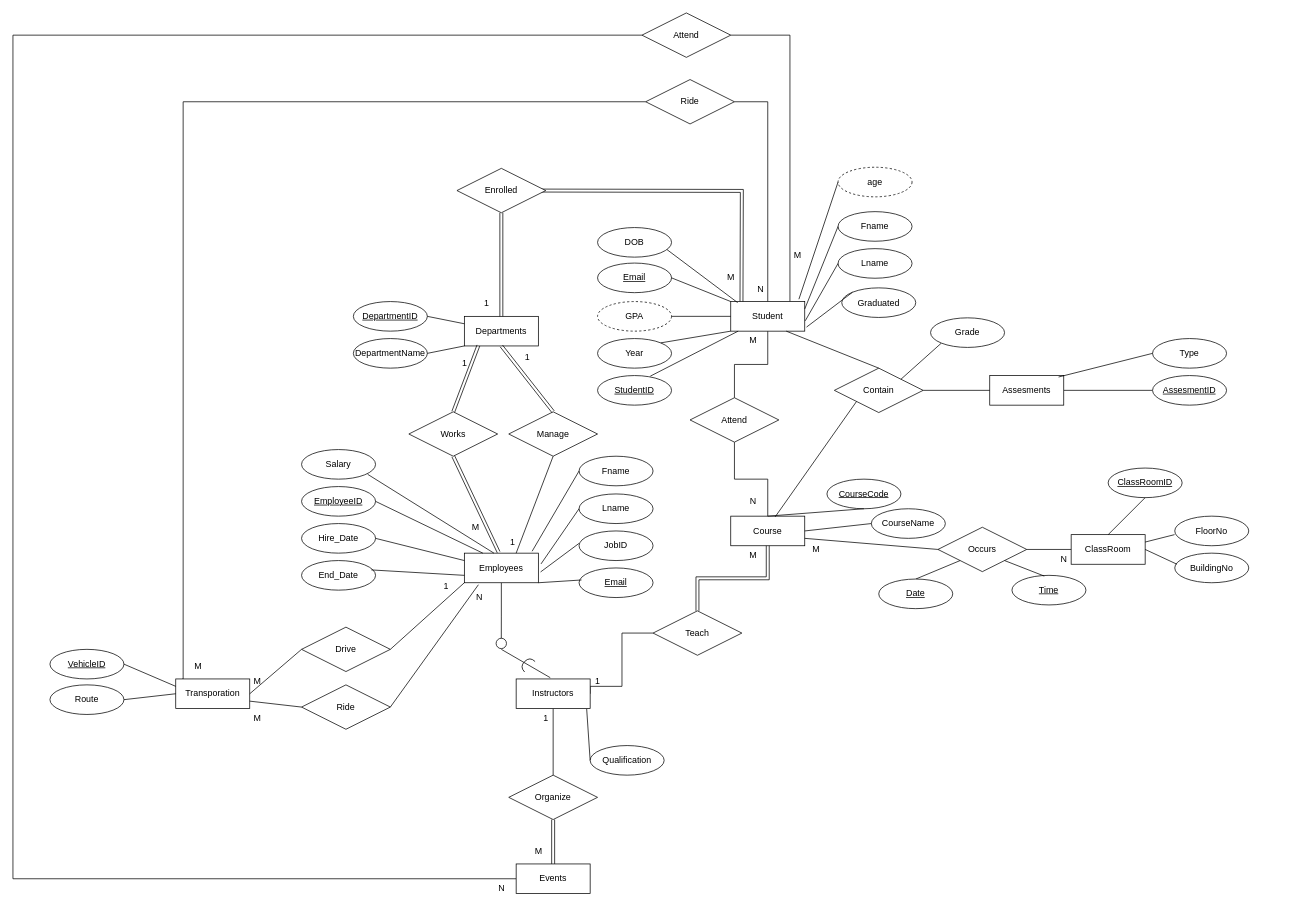
Above: FacultyERD.drawio in seiffmohamedd/University_DBMS (draw.io), before the change. Source tidied: cells renumbered, new cells numbered last; positions are measured from the earlier drawing's top-left corner, leaving out a move shared by most shapes. Both pictures are drawn from the tidied source at 74%, with x=0, y=0 at pixel (13, 13).
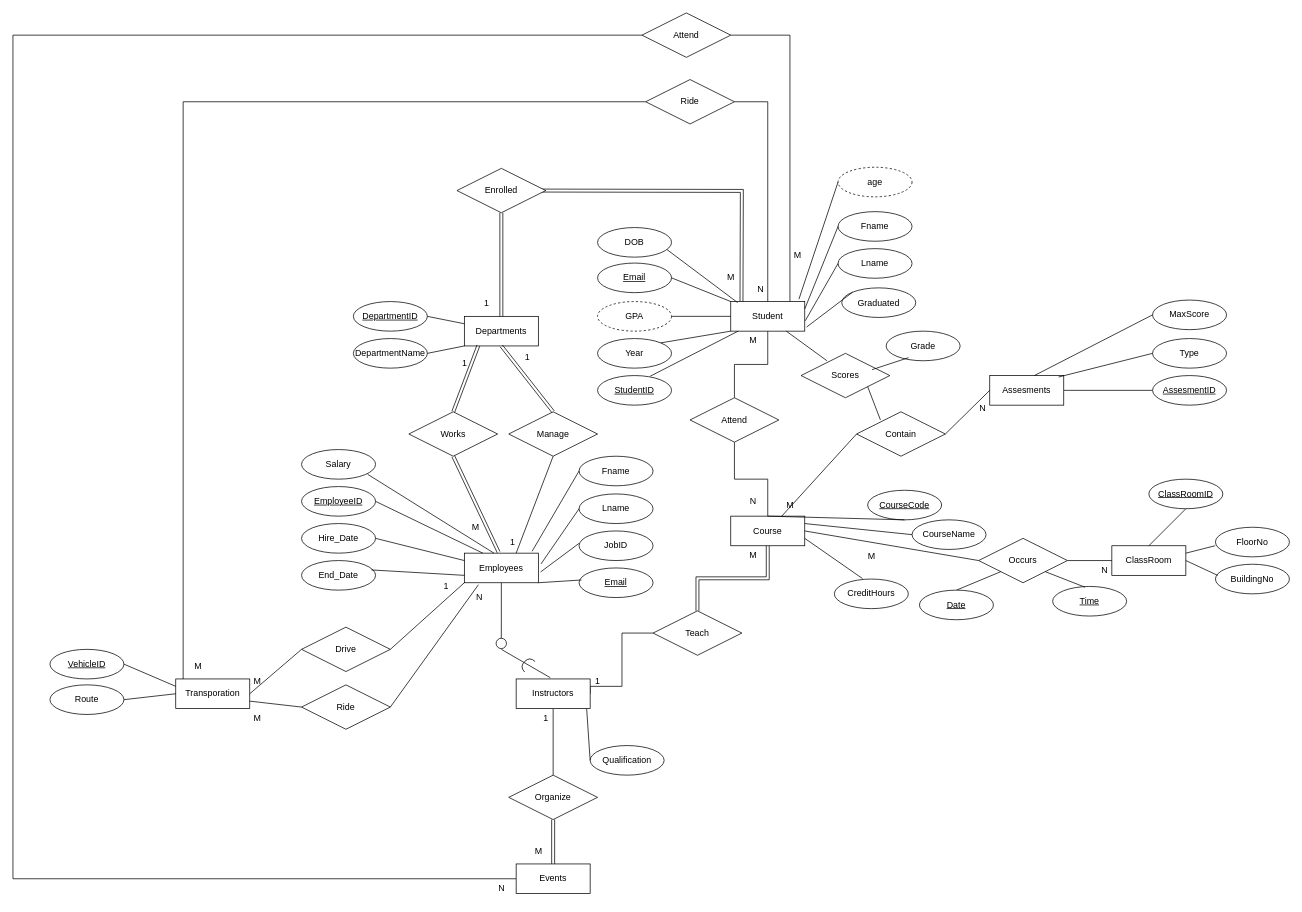
After the change.

Commit message (it also covers changes not shown here):
ERD more Enhancement

The change refers to these unchanged cells:
```xml
<mxCell id="3" value="Assesments" style="whiteSpace=wrap;html=1;align=center;" parent="1" vertex="1">
  <mxGeometry x="1320" y="490" width="100" height="40" as="geometry" />
</mxCell>
<mxCell id="7" value="Student" style="whiteSpace=wrap;html=1;align=center;" parent="1" vertex="1">
  <mxGeometry x="970" y="390" width="100" height="40" as="geometry" />
</mxCell>
<mxCell id="16" value="Course" style="whiteSpace=wrap;html=1;align=center;" parent="1" vertex="1">
  <mxGeometry x="970" y="680" width="100" height="40" as="geometry" />
</mxCell>
```

Change to the diagram source:
```diff
@@
     <mxCell id="10" value="ClassRoom" style="whiteSpace=wrap;html=1;align=center;" parent="1" vertex="1">
-      <mxGeometry x="1430" y="705" width="100" height="40" as="geometry" />
+      <mxGeometry x="1485" y="720" width="100" height="40" as="geometry" />
     </mxCell>
@@
     <mxCell id="63" value="CourseCode" style="ellipse;whiteSpace=wrap;html=1;align=center;fontStyle=4;" parent="1" vertex="1">
-      <mxGeometry x="1100" y="630" width="100" height="40" as="geometry" />
+      <mxGeometry x="1155" y="645" width="100" height="40" as="geometry" />
     </mxCell>
@@
     <mxCell id="65" value="CourseName" style="ellipse;whiteSpace=wrap;html=1;align=center;" parent="1" vertex="1">
-      <mxGeometry x="1160" y="670" width="100" height="40" as="geometry" />
+      <mxGeometry x="1215" y="685" width="100" height="40" as="geometry" />
     </mxCell>
@@
-    <mxCell id="79" style="endArrow=none;html=1;rounded=0;exitX=1;exitY=0.5;exitDx=0;exitDy=0;entryX=0;entryY=0.5;entryDx=0;entryDy=0;" parent="1" edge="1" source="16" target="65">
+    <mxCell id="79" style="endArrow=none;html=1;rounded=0;exitX=1;exitY=0.25;exitDx=0;exitDy=0;entryX=0;entryY=0.5;entryDx=0;entryDy=0;" parent="1" edge="1" source="16" target="65">
       <mxGeometry relative="1" as="geometry" />
     </mxCell>
-    <mxCell id="80" style="endArrow=none;html=1;rounded=0;exitX=1;exitY=0.75;exitDx=0;exitDy=0;entryX=0;entryY=0.5;entryDx=0;entryDy=0;" parent="1" edge="1" source="16" target="82">
+    <mxCell id="80" style="endArrow=none;html=1;rounded=0;exitX=1;exitY=0.5;exitDx=0;exitDy=0;entryX=0;entryY=0.5;entryDx=0;entryDy=0;" parent="1" edge="1" source="16" target="82">
       <mxGeometry relative="1" as="geometry" />
     </mxCell>
@@
     <mxCell id="82" value="Occurs" style="shape=rhombus;perimeter=rhombusPerimeter;whiteSpace=wrap;html=1;align=center;" parent="1" vertex="1">
-      <mxGeometry x="1250" y="695" width="120" height="60" as="geometry" />
+      <mxGeometry x="1305" y="710" width="120" height="60" as="geometry" />
     </mxCell>
     <mxCell id="83" value="M" style="text;html=1;align=center;verticalAlign=middle;strokeColor=none;fillColor=none;" parent="1" vertex="1">
-      <mxGeometry x="1070" y="710" width="30" height="30" as="geometry" />
+      <mxGeometry x="1145" y="720" width="30" height="30" as="geometry" />
     </mxCell>
     <mxCell id="84" value="N" style="text;html=1;align=center;verticalAlign=middle;strokeColor=none;fillColor=none;" parent="1" vertex="1">
-      <mxGeometry x="1405" y="723" width="30" height="30" as="geometry" />
+      <mxGeometry x="1460" y="738" width="30" height="30" as="geometry" />
     </mxCell>
@@
     <mxCell id="86" value="Date" style="ellipse;whiteSpace=wrap;html=1;align=center;fontStyle=4;" parent="1" vertex="1">
-      <mxGeometry x="1170" y="765" width="100" height="40" as="geometry" />
+      <mxGeometry x="1225" y="780" width="100" height="40" as="geometry" />
     </mxCell>
     <mxCell id="87" value="Time" style="ellipse;whiteSpace=wrap;html=1;align=center;fontStyle=4;" parent="1" vertex="1">
-      <mxGeometry x="1350" y="760" width="100" height="40" as="geometry" />
+      <mxGeometry x="1405" y="775" width="100" height="40" as="geometry" />
     </mxCell>
@@
     <mxCell id="96" value="ClassRoomID" style="ellipse;whiteSpace=wrap;html=1;align=center;fontStyle=4;" parent="1" vertex="1">
-      <mxGeometry x="1480" y="615" width="100" height="40" as="geometry" />
+      <mxGeometry x="1535" y="630" width="100" height="40" as="geometry" />
     </mxCell>
@@
     <mxCell id="98" value="FloorNo" style="ellipse;whiteSpace=wrap;html=1;align=center;" parent="1" vertex="1">
-      <mxGeometry x="1570" y="680" width="100" height="40" as="geometry" />
+      <mxGeometry x="1625" y="695" width="100" height="40" as="geometry" />
     </mxCell>
     <mxCell id="99" value="BuildingNo" style="ellipse;whiteSpace=wrap;html=1;align=center;" parent="1" vertex="1">
-      <mxGeometry x="1570" y="730" width="100" height="40" as="geometry" />
+      <mxGeometry x="1625" y="745" width="100" height="40" as="geometry" />
     </mxCell>
@@
     <mxCell id="131" value="Contain" style="shape=rhombus;perimeter=rhombusPerimeter;whiteSpace=wrap;html=1;align=center;" parent="1" vertex="1">
-      <mxGeometry x="1110" y="480" width="120" height="60" as="geometry" />
+      <mxGeometry x="1140" y="539" width="120" height="60" as="geometry" />
     </mxCell>
-    <mxCell id="132" style="endArrow=none;html=1;rounded=0;exitX=0.75;exitY=1;exitDx=0;exitDy=0;entryX=0.5;entryY=0;entryDx=0;entryDy=0;" parent="1" edge="1" source="7" target="131">
-      <mxGeometry relative="1" as="geometry" />
-    </mxCell>
+    <mxCell id="136" value="Grade" style="ellipse;whiteSpace=wrap;html=1;align=center;" parent="1" vertex="1">
+      <mxGeometry x="1180" y="430" width="100" height="40" as="geometry" />
+    </mxCell>
+    <mxCell id="137" value="CreditHours" style="ellipse;whiteSpace=wrap;html=1;align=center;" parent="1" vertex="1">
+      <mxGeometry x="1110" y="765" width="100" height="40" as="geometry" />
+    </mxCell>
+    <mxCell id="138" style="endArrow=none;html=1;rounded=0;exitX=1;exitY=0.75;exitDx=0;exitDy=0;entryX=0.38;entryY=-0.017;entryDx=0;entryDy=0;entryPerimeter=0;" parent="1" edge="1" source="16" target="137">
+      <mxGeometry relative="1" as="geometry" />
+    </mxCell>
+    <mxCell id="139" value="MaxScore" style="ellipse;whiteSpace=wrap;html=1;align=center;" parent="1" vertex="1">
+      <mxGeometry x="1540" y="388" width="100" height="40" as="geometry" />
+    </mxCell>
+    <mxCell id="140" style="endArrow=none;html=1;rounded=0;exitX=0.603;exitY=0;exitDx=0;exitDy=0;exitPerimeter=0;entryX=0;entryY=0.5;entryDx=0;entryDy=0;endFill=0;" parent="1" edge="1" source="3" target="139">
+      <mxGeometry relative="1" as="geometry" />
+    </mxCell>
-    <mxCell id="133" style="endArrow=none;html=1;rounded=0;exitX=0.6;exitY=0.025;exitDx=0;exitDy=0;exitPerimeter=0;entryX=0;entryY=1;entryDx=0;entryDy=0;" parent="1" edge="1" source="16" target="131">
+    <mxCell id="133" style="endArrow=none;html=1;rounded=0;entryX=0;entryY=0.5;entryDx=0;entryDy=0;exitX=0.683;exitY=0.017;exitDx=0;exitDy=0;exitPerimeter=0;" parent="1" edge="1" source="16" target="131">
       <mxGeometry relative="1" as="geometry" />
     </mxCell>
@@
-    <mxCell id="135" style="endArrow=none;html=1;rounded=0;exitX=1;exitY=0;exitDx=0;exitDy=0;entryX=0;entryY=1;entryDx=0;entryDy=0;" parent="1" edge="1" source="131" target="136">
-      <mxGeometry relative="1" as="geometry" />
-    </mxCell>
-    <mxCell id="136" value="Grade" style="ellipse;whiteSpace=wrap;html=1;align=center;" parent="1" vertex="1">
-      <mxGeometry x="1240" y="412" width="100" height="40" as="geometry" />
-    </mxCell>
+    <mxCell id="141" value="M" style="text;html=1;align=center;verticalAlign=middle;strokeColor=none;fillColor=none;" parent="1" vertex="1">
+      <mxGeometry x="1035" y="650" width="30" height="30" as="geometry" />
+    </mxCell>
+    <mxCell id="142" value="N" style="text;html=1;align=center;verticalAlign=middle;strokeColor=none;fillColor=none;" parent="1" vertex="1">
+      <mxGeometry x="1295" y="520" width="30" height="30" as="geometry" />
+    </mxCell>
+    <mxCell id="143" value="Scores" style="shape=rhombus;perimeter=rhombusPerimeter;whiteSpace=wrap;html=1;align=center;" parent="1" vertex="1">
+      <mxGeometry x="1065" y="460" width="120" height="60" as="geometry" />
+    </mxCell>
+    <mxCell id="144" style="endArrow=none;html=1;rounded=0;exitX=0.75;exitY=1;exitDx=0;exitDy=0;entryX=0.292;entryY=0.167;entryDx=0;entryDy=0;entryPerimeter=0;" parent="1" edge="1" source="7" target="143">
+      <mxGeometry relative="1" as="geometry" />
+    </mxCell>
+    <mxCell id="145" style="endArrow=none;html=1;rounded=0;exitX=1;exitY=1;exitDx=0;exitDy=0;entryX=0.269;entryY=0.183;entryDx=0;entryDy=0;entryPerimeter=0;" parent="1" edge="1" source="143" target="131">
+      <mxGeometry relative="1" as="geometry" />
+    </mxCell>
+    <mxCell id="146" style="endArrow=none;html=1;rounded=0;exitX=0.8;exitY=0.367;exitDx=0;exitDy=0;exitPerimeter=0;entryX=0.303;entryY=0.896;entryDx=0;entryDy=0;entryPerimeter=0;" parent="1" edge="1" source="143" target="136">
+      <mxGeometry relative="1" as="geometry" />
+    </mxCell>
```
